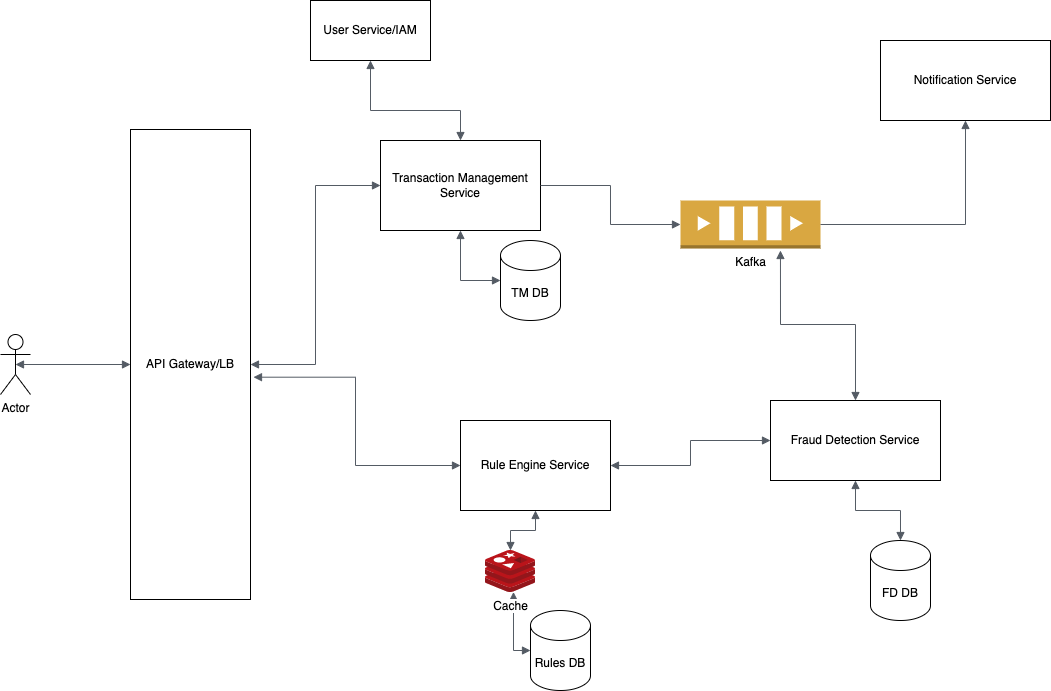
Earlier version of the draw.io export fraud detection.drawio.png (maupreti/desgn-diagrams). Source tidied: cells renumbered, new cells last; positions are measured from the earlier drawing's top-left corner, leaving out a move shared by most shapes.
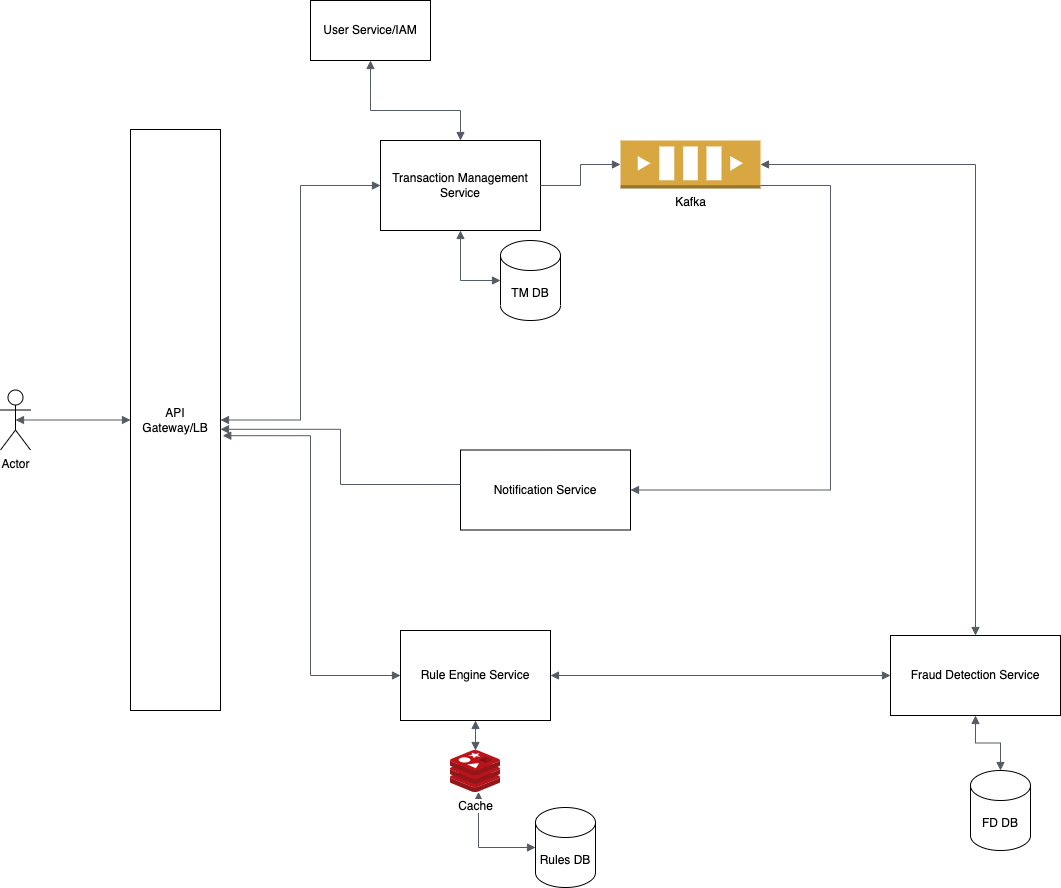
Later version of the same file.

Change to the diagram source:
```diff
@@ -6,10 +6,10 @@
       <mxGeometry x="310" width="120" height="60" as="geometry" />
     </mxCell>
     <mxCell id="3" value="API Gateway/LB" style="rounded=0;whiteSpace=wrap;html=1;" parent="1" vertex="1">
-      <mxGeometry x="130" y="129" width="120" height="470" as="geometry" />
+      <mxGeometry x="130" y="129" width="90" height="581" as="geometry" />
     </mxCell>
     <mxCell id="4" value="Actor" style="shape=umlActor;verticalLabelPosition=bottom;verticalAlign=top;html=1;outlineConnect=0;" parent="1" vertex="1">
-      <mxGeometry y="334" width="30" height="60" as="geometry" />
+      <mxGeometry y="389.5" width="30" height="60" as="geometry" />
     </mxCell>
     <mxCell id="5" style="edgeStyle=orthogonalEdgeStyle;html=1;endArrow=block;elbow=vertical;startArrow=block;startFill=1;endFill=1;strokeColor=#545B64;rounded=0;exitX=0.5;exitY=0.5;exitDx=0;exitDy=0;exitPerimeter=0;entryX=0;entryY=0.5;entryDx=0;entryDy=0;" parent="1" edge="1" source="4" target="3">
       <mxGeometry relative="1" as="geometry" />
@@ -18,10 +18,10 @@
       <mxGeometry x="380" y="140" width="160" height="90" as="geometry" />
     </mxCell>
     <mxCell id="7" value="Notification Service" style="rounded=0;whiteSpace=wrap;html=1;" parent="1" vertex="1">
-      <mxGeometry x="880" y="40" width="170" height="80" as="geometry" />
+      <mxGeometry x="460" y="449.5" width="170" height="80" as="geometry" />
     </mxCell>
     <mxCell id="8" value="Rule Engine Service" style="rounded=0;whiteSpace=wrap;html=1;" parent="1" vertex="1">
-      <mxGeometry x="460" y="420" width="150" height="90" as="geometry" />
+      <mxGeometry x="400" y="630" width="150" height="90" as="geometry" />
     </mxCell>
     <mxCell id="9" value="TM DB" style="shape=cylinder3;whiteSpace=wrap;html=1;boundedLbl=1;backgroundOutline=1;size=15;" parent="1" vertex="1">
       <mxGeometry x="500" y="240" width="60" height="80" as="geometry" />
@@ -41,13 +41,13 @@
       <mxGeometry relative="1" as="geometry" />
     </mxCell>
     <mxCell id="13" value="Rules DB" style="shape=cylinder3;whiteSpace=wrap;html=1;boundedLbl=1;backgroundOutline=1;size=15;" parent="1" vertex="1">
-      <mxGeometry x="530" y="610" width="60" height="80" as="geometry" />
+      <mxGeometry x="535" y="807" width="60" height="80" as="geometry" />
     </mxCell>
     <mxCell id="14" style="edgeStyle=orthogonalEdgeStyle;html=1;endArrow=block;elbow=vertical;startArrow=block;startFill=1;endFill=1;strokeColor=#545B64;rounded=0;entryX=0;entryY=0.5;entryDx=0;entryDy=0;entryPerimeter=0;exitX=0.56;exitY=0.988;exitDx=0;exitDy=0;exitPerimeter=0;" parent="1" edge="1" source="15" target="13">
       <mxGeometry relative="1" as="geometry" />
     </mxCell>
     <mxCell id="15" value="Cache" style="sketch=0;html=1;points=[];align=center;image;fontSize=12;image=img/lib/mscae/Cache_Redis_Product.svg;" parent="1" vertex="1">
-      <mxGeometry x="485" y="550" width="50" height="42" as="geometry" />
+      <mxGeometry x="450" y="750" width="50" height="42" as="geometry" />
     </mxCell>
     <mxCell id="16" style="edgeStyle=orthogonalEdgeStyle;html=1;endArrow=block;elbow=vertical;startArrow=block;startFill=1;endFill=1;strokeColor=#545B64;rounded=0;exitX=0.5;exitY=1;exitDx=0;exitDy=0;" parent="1" edge="1" source="8" target="15">
       <mxGeometry relative="1" as="geometry" />
@@ -56,22 +56,19 @@
       <mxGeometry relative="1" as="geometry" />
     </mxCell>
     <mxCell id="18" value="Fraud Detection Service" style="rounded=0;whiteSpace=wrap;html=1;" parent="1" vertex="1">
-      <mxGeometry x="770" y="400" width="170" height="80" as="geometry" />
+      <mxGeometry x="890" y="635" width="170" height="80" as="geometry" />
     </mxCell>
     <mxCell id="19" value="Kafka" style="outlineConnect=0;dashed=0;verticalLabelPosition=bottom;verticalAlign=top;align=center;html=1;shape=mxgraph.aws3.queue;fillColor=#D9A741;gradientColor=none;" parent="1" vertex="1">
-      <mxGeometry x="680" y="200" width="140" height="48" as="geometry" />
+      <mxGeometry x="620" y="140" width="140" height="48" as="geometry" />
     </mxCell>
     <mxCell id="20" style="edgeStyle=orthogonalEdgeStyle;html=1;endArrow=block;elbow=vertical;startArrow=none;endFill=1;strokeColor=#545B64;rounded=0;exitX=1;exitY=0.5;exitDx=0;exitDy=0;entryX=0;entryY=0.5;entryDx=0;entryDy=0;entryPerimeter=0;" parent="1" edge="1" source="6" target="19">
       <mxGeometry relative="1" as="geometry" />
     </mxCell>
-    <mxCell id="21" style="edgeStyle=orthogonalEdgeStyle;html=1;endArrow=block;elbow=vertical;startArrow=none;endFill=1;strokeColor=#545B64;rounded=0;exitX=1;exitY=0.5;exitDx=0;exitDy=0;exitPerimeter=0;entryX=0.5;entryY=1;entryDx=0;entryDy=0;" parent="1" edge="1" source="19" target="7">
-      <mxGeometry relative="1" as="geometry" />
-    </mxCell>
-    <mxCell id="22" style="edgeStyle=orthogonalEdgeStyle;html=1;endArrow=block;elbow=vertical;startArrow=block;startFill=1;endFill=1;strokeColor=#545B64;rounded=0;entryX=0.714;entryY=1.042;entryDx=0;entryDy=0;entryPerimeter=0;exitX=0.5;exitY=0;exitDx=0;exitDy=0;" parent="1" edge="1" source="18" target="19">
+    <mxCell id="22" style="edgeStyle=orthogonalEdgeStyle;html=1;endArrow=block;elbow=vertical;startArrow=block;startFill=1;endFill=1;strokeColor=#545B64;rounded=0;entryX=1;entryY=0.5;entryDx=0;entryDy=0;entryPerimeter=0;exitX=0.5;exitY=0;exitDx=0;exitDy=0;" parent="1" edge="1" source="18" target="19">
       <mxGeometry relative="1" as="geometry" />
     </mxCell>
     <mxCell id="23" value="FD DB" style="shape=cylinder3;whiteSpace=wrap;html=1;boundedLbl=1;backgroundOutline=1;size=15;" parent="1" vertex="1">
-      <mxGeometry x="870" y="540" width="60" height="80" as="geometry" />
+      <mxGeometry x="970" y="770" width="60" height="80" as="geometry" />
     </mxCell>
     <mxCell id="24" style="edgeStyle=orthogonalEdgeStyle;html=1;endArrow=block;elbow=vertical;startArrow=block;startFill=1;endFill=1;strokeColor=#545B64;rounded=0;exitX=0.5;exitY=1;exitDx=0;exitDy=0;" parent="1" edge="1" source="18" target="23">
       <mxGeometry relative="1" as="geometry" />
@@ -79,5 +76,16 @@
     <mxCell id="25" style="edgeStyle=orthogonalEdgeStyle;html=1;endArrow=block;elbow=vertical;startArrow=block;startFill=1;endFill=1;strokeColor=#545B64;rounded=0;entryX=0;entryY=0.5;entryDx=0;entryDy=0;" parent="1" edge="1" source="8" target="18">
       <mxGeometry relative="1" as="geometry" />
     </mxCell>
+    <mxCell id="21" style="edgeStyle=orthogonalEdgeStyle;html=1;endArrow=block;elbow=vertical;startArrow=none;endFill=1;strokeColor=#545B64;rounded=0;entryX=1;entryY=0.5;entryDx=0;entryDy=0;" parent="1" edge="1" source="19" target="7">
+      <mxGeometry relative="1" as="geometry">
+        <Array as="points">
+          <mxPoint x="830" y="185" />
+          <mxPoint x="830" y="490" />
+        </Array>
+      </mxGeometry>
+    </mxCell>
+    <mxCell id="26" style="edgeStyle=orthogonalEdgeStyle;html=1;endArrow=none;elbow=vertical;startArrow=block;startFill=1;strokeColor=#545B64;rounded=0;exitX=1;exitY=0.516;exitDx=0;exitDy=0;exitPerimeter=0;entryX=0;entryY=0.431;entryDx=0;entryDy=0;entryPerimeter=0;" parent="1" edge="1" source="3" target="7">
+      <mxGeometry relative="1" as="geometry" />
+    </mxCell>
   </root>
 </mxGraphModel>
```
